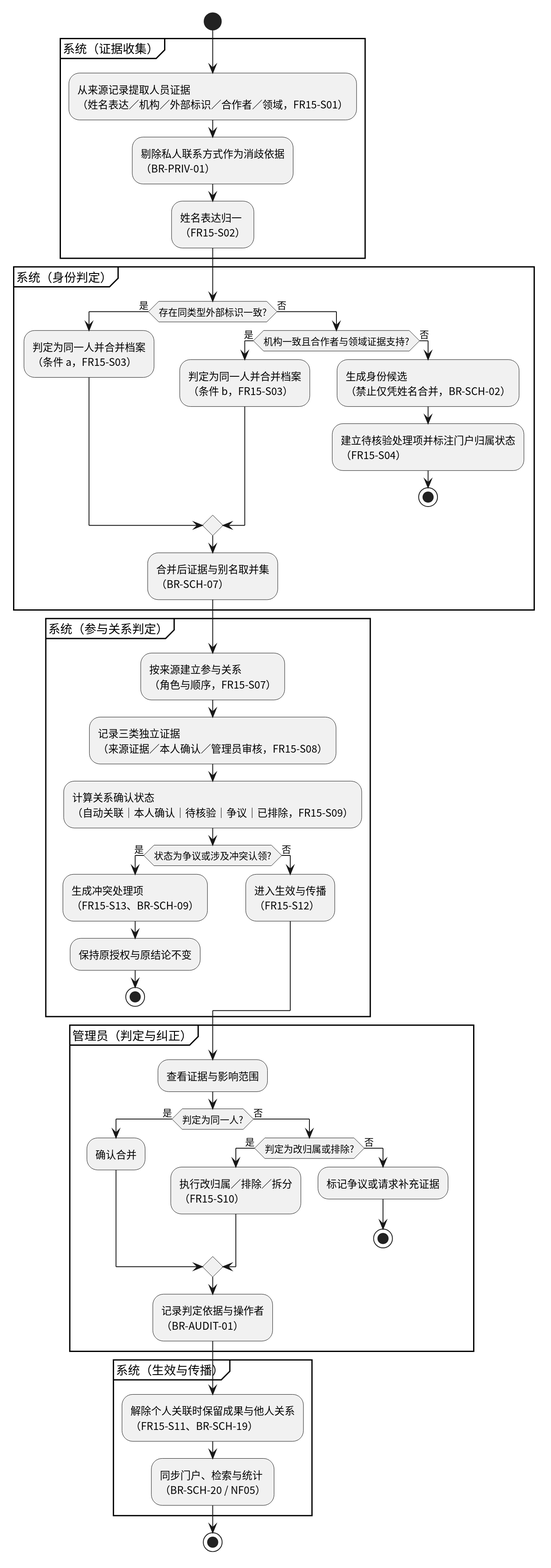
The PlantUML diagram docs/uml/governance/generated/identity-disambiguation-activity.svg in CognitaNexus/CognitaNexus, before a commit.
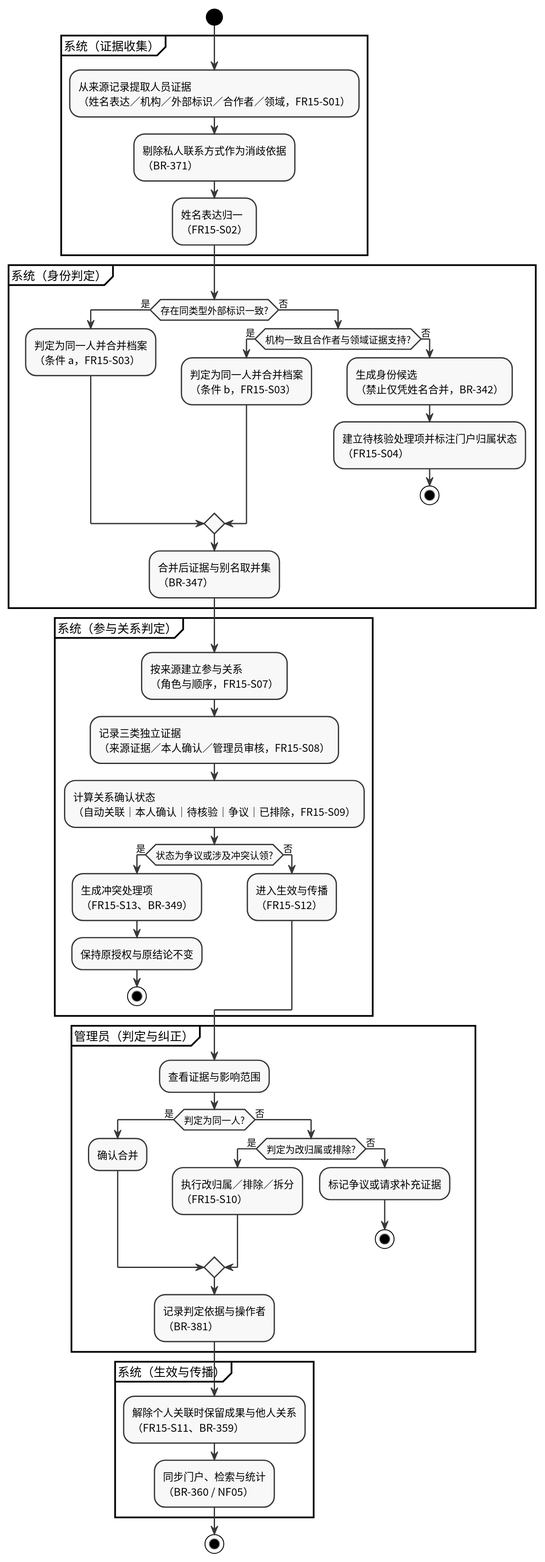
The same diagram one commit later.

Diff of the diagram source:
```diff
@@ -12,7 +12,7 @@
   :从来源记录提取人员证据
   （姓名表达／机构／外部标识／合作者／领域，FR15-S01）;
   :剔除私人联系方式作为消歧依据
-  （BR-PRIV-01）;
+  （BR-371）;
   :姓名表达归一
   （FR15-S02）;
 }
@@ -27,14 +27,14 @@
       （条件 b，FR15-S03）;
     else (否)
       :生成身份候选
-      （禁止仅凭姓名合并，BR-SCH-02）;
+      （禁止仅凭姓名合并，BR-342）;
       :建立待核验处理项并标注门户归属状态
       （FR15-S04）;
       stop
     endif
   endif
   :合并后证据与别名取并集
-  （BR-SCH-07）;
+  （BR-347）;
 }
 
 partition "系统（参与关系判定）" {
@@ -46,7 +46,7 @@
   （自动关联｜本人确认｜待核验｜争议｜已排除，FR15-S09）;
   if (状态为争议或涉及冲突认领?) then (是)
     :生成冲突处理项
-    （FR15-S13、BR-SCH-09）;
+    （FR15-S13、BR-349）;
     :保持原授权与原结论不变;
     stop
   else (否)
@@ -69,14 +69,14 @@
     endif
   endif
   :记录判定依据与操作者
-  （BR-AUDIT-01）;
+  （BR-381）;
 }
 
 partition "系统（生效与传播）" {
   :解除个人关联时保留成果与他人关系
-  （FR15-S11、BR-SCH-19）;
+  （FR15-S11、BR-359）;
   :同步门户、检索与统计
-  （BR-SCH-20 / NF05）;
+  （BR-360 / NF05）;
 }
 
 stop
```
